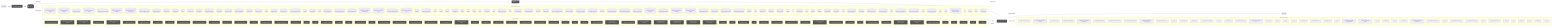
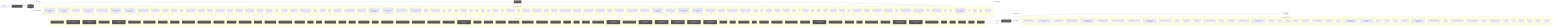
flowchart LR
  UserQ(["👤 User Query"])
  Embed["📐 Embedding Model"]
  VecDB[("📚 Vector Store")]
  Retriever["🔍 Retriever"]
  LLMNode["🧠 LLM / Generator"]
  Output(["✅ Response"])
  UserQ -->|query| Embed
  Embed -->|vector| VecDB
  VecDB -->|top-k chunks| Retriever
  Retriever -->|context + query| LLMNode
  LLMNode -->|generated answer| Output
  subgraph DetectedMemory["Detected memory stores"]
    det_detectedmemory_check_steering_feedback_contract_80134459[("check-steering-feedback-contract")]
    det_detectedmemory_normalize_workflow_contracts_8701f1c8[("normalize-workflow-contracts")]
    det_detectedmemory_sync_codex_preflight_7e7a8dc2[("sync-codex-preflight")]
    det_detectedmemory_test_harness_upgrade_matrix_84113c4e[("test-harness-upgrade-matrix")]
    det_detectedmemory_validate_prompt_context_drift_8c949ef6[("validate-prompt-context-drift")]
    det_detectedmemory_validate_runtime_packet_schemas_bc3ba8ec[("validate-runtime-packet-schemas")]
    det_detectedmemory_validate_system_prompt_gap_adoption_62d8c955[("validate-system-prompt-gap-adoption")]
    det_detectedmemory_validate_workflow_contracts_33dc063c[("validate-workflow-contracts")]
    det_detectedmemory_branch_protect_core_a8feb0fd[("branch-protect-core")]
    det_detectedmemory_ci_migrate_core_7005b5af[("ci-migrate-core")]
    det_detectedmemory_context_health_80bb7da9[("context-health")]
    det_detectedmemory_context_ea7792a2[("context")]
-     det_detectedmemory_docs_gate_core_eb9b6c18[("docs-gate-core")]
+     det_detectedmemory_docs_gate_classification_2f51c90b[("docs-gate-classification")]
+     det_detectedmemory_docs_gate_types_d285abb6[("docs-gate-types")]
    det_detectedmemory_index_context_de3ed39d[("index-context")]
    det_detectedmemory_local_memory_preflight_dcc36c42[("local-memory-preflight")]
    det_detectedmemory_memory_gate_a577a506[("memory-gate")]
    det_detectedmemory_next_runner_state_be6fe997[("next-runner-state")]
    det_detectedmemory_pattern_scope_siblings_43abe000[("pattern-scope-siblings")]
    det_detectedmemory_review_context_ca6cf81d[("review-context")]
    det_detectedmemory_review_gate_core_4c8001f9[("review-gate-core")]
    det_detectedmemory_search_24193290[("search")]
    det_detectedmemory_session_context_e5ec72c0[("session-context")]
    det_detectedmemory_tooling_audit_core_328d6a41[("tooling-audit-core")]
    det_detectedmemory_run_local_memory_preflight_36e92808[("run-local-memory-preflight")]
    det_detectedmemory_checker_d2d2328e[("checker")]
    det_detectedmemory_context_health_1_ceb11829[("context-health")]
    det_detectedmemory_types_2_d9bc6e7a[("types")]
    det_detectedmemory_branch_protect_sync_570adb18[("branch-protect-sync")]
    det_detectedmemory_command_capability_rules_ca3f496a[("command-capability-rules")]
    det_detectedmemory_command_specs_core_1c0ffc99[("command-specs-core")]
    det_detectedmemory_local_memory_preflight_command_spec_9e23f3ce[("local-memory-preflight-command-spec")]
    det_detectedmemory_memory_gate_command_spec_dc9001a9[("memory-gate-command-spec")]
    det_detectedmemory_review_gate_command_spec_3187376a[("review-gate-command-spec")]
    det_detectedmemory_session_context_command_spec_973afbb1[("session-context-command-spec")]
    det_detectedmemory_constants_7517017f[("constants")]
    det_detectedmemory_context_compact_policy_3dcaf95d[("context-compact-policy")]
    det_detectedmemory_index_3_7e40d474[("index")]
    det_detectedmemory_indexer_70fa78e5[("indexer")]
    det_detectedmemory_init_error_5c7dd49f[("init-error")]
    det_detectedmemory_lexical_fallback_723e2b3e[("lexical-fallback")]
    det_detectedmemory_ollama_76e3c7bf[("ollama")]
    det_detectedmemory_rollout_a4fa034c[("rollout")]
    det_detectedmemory_sources_878a52fc[("sources")]
    det_detectedmemory_store_824d80d7[("store")]
    det_detectedmemory_sync_contract_c79fa191[("sync-contract")]
    det_detectedmemory_types_8_f6283648[("types")]
    det_detectedmemory_harness_run_context_ac7c77a9[("harness-run-context")]
    det_detectedmemory_index_4_013aa0e3[("index")]
    det_detectedmemory_json_schema_core_96d7e328[("json-schema-core")]
    det_detectedmemory_policy_validators_core_714a3fe7[("policy-validators-core")]
    det_detectedmemory_types_core_e405ddca[("types-core")]
    det_detectedmemory_validator_core_4358f8ba[("validator-core")]
    det_detectedmemory_archive_candidates_scanner_d0931789[("archive-candidates-scanner")]
    det_detectedmemory_archive_candidates_dc0e40e1[("archive-candidates")]
    det_detectedmemory_docs_task_eval_contract_79347457[("docs-task-eval-contract")]
    det_detectedmemory_docs_task_eval_fixtures_44902755[("docs-task-eval-fixtures")]
    det_detectedmemory_init_modes_c05ceb07[("init-modes")]
    det_detectedmemory_project_brain_templates_7ef51530[("project-brain-templates")]
    det_detectedmemory_scaffold_diagram_templates_dd88e83c[("scaffold-diagram-templates")]
    det_detectedmemory_scaffold_doc_templates_f6152330[("scaffold-doc-templates")]
    det_detectedmemory_scaffold_environment_templates_c1ceba6a[("scaffold-environment-templates")]
    det_detectedmemory_scaffold_hook_templates_8c74ab50[("scaffold-hook-templates")]
    det_detectedmemory_scaffold_root_command_templates_404fed7f[("scaffold-root-command-templates")]
    det_detectedmemory_scaffold_script_template_registry_69312d4e[("scaffold-script-template-registry")]
    det_detectedmemory_scaffold_shell_templates_0ad0f915[("scaffold-shell-templates")]
    det_detectedmemory_scaffold_surfaces_12d6494e[("scaffold-surfaces")]
    det_detectedmemory_scaffold_template_registry_b1cce2aa[("scaffold-template-registry")]
    det_detectedmemory_scaffold_workflow_template_92310587[("scaffold-workflow-template")]
    det_detectedmemory_eval_seed_5699fd3e[("eval-seed")]
    det_detectedmemory_index_10_f6785a46[("index")]
    det_detectedmemory_review_context_1_e3afed15[("review-context")]
    det_detectedmemory_memory_gate_1_265164ac[("memory-gate")]
    det_detectedmemory_branch_enforcer_acb749cd[("branch-enforcer")]
    det_detectedmemory_cli_args_5_09ea29f0[("cli-args")]
    det_detectedmemory_cli_7_dc4a9f7f[("cli")]
    det_detectedmemory_metrics_tracker_98cec29c[("metrics-tracker")]
    det_detectedmemory_types_19_eb4ad5f0[("types")]
    det_detectedmemory_validator_5_b19ac2be[("validator")]
    det_detectedmemory_classifier_fe1991a9[("classifier")]
    det_detectedmemory_tooling_baseline_50ab2eeb[("tooling-baseline")]
    det_detectedmemory_claim_helpers_20dc8387[("claim-helpers")]
    det_detectedmemory_types_24_c63dc1a7[("types")]
    det_detectedmemory_local_memory_smoke_1175abfc[("local-memory-smoke")]
    det_detectedmemory_local_memory_0db17ecc[("local-memory")]
    det_detectedmemory_performance_overload_c685bfcf[("performance-overload")]
    det_detectedmemory_suggestion_generator_0956f794[("suggestion-generator")]
    det_detectedmemory_index_12_762ec91b[("index")]
    det_detectedmemory_prompt_context_drift_report_3257a95c[("prompt-context-drift-report")]
    det_detectedmemory_prompt_context_drift_types_ba6863d4[("prompt-context-drift-types")]
    det_detectedmemory_index_13_97df39c8[("index")]
    det_detectedmemory_prompt_context_receipt_17b862b2[("prompt-context-receipt")]
    det_detectedmemory_types_31_eb363e20[("types")]
    det_detectedmemory_policy_1_fc4198db[("policy")]
    det_detectedmemory_runtime_card_codex_runtime_validation_d8ce9934[("runtime-card-codex-runtime-validation")]
    det_detectedmemory_cli_12_01c06c37[("cli")]
    det_detectedmemory_collector_0736fd5b[("collector")]
    det_detectedmemory_types_34_85e6a0bb[("types")]
    det_detectedmemory_overload_guard_2748c559[("overload-guard")]
  end
  VecDB -. "implemented by" .-> DetectedMemory
  subgraph DetectedLLM["Detected LLM clients"]
    det_detectedllm_check_codex_agent_roles_5bb2e89b["check-codex-agent-roles"]
    det_detectedllm_check_steering_feedback_contract_80134459["check-steering-feedback-contract"]
    det_detectedllm_run_harness_evals_77704768["run-harness-evals"]
    det_detectedllm_validate_decision_request_2e5c325e["validate-decision-request"]
    det_detectedllm_validate_goal_completion_audit_receipt_100d252c["validate-goal-completion-audit-receipt"]
    det_detectedllm_validate_packaged_skill_5e32c890["validate-packaged-skill"]
    det_detectedllm_validate_prompt_context_drift_8c949ef6["validate-prompt-context-drift"]
    det_detectedllm_validate_reviewer_coverage_251efee3["validate-reviewer-coverage"]
    det_detectedllm_validate_system_prompt_gap_adoption_62d8c955["validate-system-prompt-gap-adoption"]
    det_detectedllm_check_environment_core_2c16213f["check-environment-core"]
    det_detectedllm_context_ea7792a2["context"]
    det_detectedllm_index_context_de3ed39d["index-context"]
    det_detectedllm_prompt_gate_c5e9d207["prompt-gate"]
    det_detectedllm_remediate_runner_helpers_929fedcc["remediate-runner-helpers"]
    det_detectedllm_search_24193290["search"]
    det_detectedllm_context_health_1_ceb11829["context-health"]
    det_detectedllm_command_specs_core_1c0ffc99["command-specs-core"]
    det_detectedllm_prompt_gate_command_spec_9a941482["prompt-gate-command-spec"]
    det_detectedllm_constants_7517017f["constants"]
    det_detectedllm_index_3_7e40d474["index"]
    det_detectedllm_indexer_70fa78e5["indexer"]
    det_detectedllm_ollama_76e3c7bf["ollama"]
    det_detectedllm_sync_contract_c79fa191["sync-contract"]
    det_detectedllm_north_star_validators_cfc926ce["north-star-validators"]
    det_detectedllm_hilt_boundary_9b36fb15["hilt-boundary"]
    det_detectedllm_types_10_75e5a4a0["types"]
    det_detectedllm_goal_completion_audit_receipt_validation_9d0f4891["goal-completion-audit-receipt-validation"]
    det_detectedllm_goal_completion_audit_receipt_5e4939c3["goal-completion-audit-receipt"]
    det_detectedllm_index_5_522f772a["index"]
    det_detectedllm_constants_1_a84e15f0["constants"]
    det_detectedllm_types_17_ed30531c["types"]
    det_detectedllm_sensitive_text_7c11f760["sensitive-text"]
    det_detectedllm_pr_template_linked_issue_relationship_a7b61f2c["pr-template-linked-issue-relationship"]
    det_detectedllm_pr_template_validator_rules_20a32d6b["pr-template-validator-rules"]
    det_detectedllm_index_12_762ec91b["index"]
    det_detectedllm_prompt_context_drift_report_3257a95c["prompt-context-drift-report"]
    det_detectedllm_prompt_context_drift_types_ba6863d4["prompt-context-drift-types"]
    det_detectedllm_index_13_97df39c8["index"]
    det_detectedllm_prompt_context_receipt_17b862b2["prompt-context-receipt"]
    det_detectedllm_cli_args_9_9c136878["cli-args"]
    det_detectedllm_cli_11_338a8415["cli"]
    det_detectedllm_sections_4697ef32["sections"]
    det_detectedllm_types_27_4d134744["types"]
    det_detectedllm_validator_7_f836eb0e["validator"]
    det_detectedllm_cli_args_10_861cdd3f["cli-args"]
  end
  LLMNode -. "implemented by" .-> DetectedLLM
  subgraph DetectedTools["Agentic tool calls"]
    det_detectedtools_check_codex_agent_roles_5bb2e89b["🔧 check-codex-agent-roles"]
    det_detectedtools_check_steering_feedback_contract_80134459["🔧 check-steering-feedback-contract"]
    det_detectedtools_check_tooling_baseline_parity_3124b30a["🔧 check-tooling-baseline-parity"]
    det_detectedtools_run_harness_evals_77704768["🔧 run-harness-evals"]
    det_detectedtools_validate_action_review_receipt_fa2f06c3["🔧 validate-action-review-receipt"]
    det_detectedtools_validate_packaged_skill_5e32c890["🔧 validate-packaged-skill"]
    det_detectedtools_validate_replay_packet_f309747e["🔧 validate-replay-packet"]
    det_detectedtools_ci_migrate_core_7005b5af["🔧 ci-migrate-core"]
    det_detectedtools_doctor_checks_5a2eb2b9["🔧 doctor-checks"]
    det_detectedtools_doctor_github_tool_check_e0a938df["🔧 doctor-github-tool-check"]
    det_detectedtools_doctor_github_tool_checks_a53b0382["🔧 doctor-github-tool-checks"]
    det_detectedtools_doctor_tool_checks_4acac51a["🔧 doctor-tool-checks"]
    det_detectedtools_fleet_plan_repo_ecdc6499["🔧 fleet-plan-repo"]
    det_detectedtools_next_blocked_decisions_4140ad2b["🔧 next-blocked-decisions"]
    det_detectedtools_policy_gate_213f7313["🔧 policy-gate"]
    det_detectedtools_remediate_cli_output_cc165396["🔧 remediate-cli-output"]
    det_detectedtools_remediate_runner_helpers_929fedcc["🔧 remediate-runner-helpers"]
    det_detectedtools_review_gate_core_4c8001f9["🔧 review-gate-core"]
    det_detectedtools_index_1bc04b52["🔧 index"]
    det_detectedtools_types_1_4ecdf56e["🔧 types"]
    det_detectedtools_validation_constants_e002a0f6["🔧 validation-constants"]
    det_detectedtools_validation_98c41dcd["🔧 validation"]
    det_detectedtools_checker_d2d2328e["🔧 checker"]
    det_detectedtools_shared_state_policy_edc9c4db["🔧 shared-state-policy"]
    det_detectedtools_cli_args_1_6144b055["🔧 cli-args"]
    det_detectedtools_command_capabilities_a4d5c71e["🔧 command-capabilities"]
    det_detectedtools_command_capability_rules_ca3f496a["🔧 command-capability-rules"]
    det_detectedtools_linear_command_actions_e430f4f4["🔧 linear-command-actions"]
    det_detectedtools_linear_command_runner_4a740dfc["🔧 linear-command-runner"]
    det_detectedtools_policy_validators_core_714a3fe7["🔧 policy-validators-core"]
    det_detectedtools_shared_state_action_validator_e7b128cd["🔧 shared-state-action-validator"]
    det_detectedtools_types_core_e405ddca["🔧 types-core"]
    det_detectedtools_validator_core_4358f8ba["🔧 validator-core"]
    det_detectedtools_validator_helpers_7b927667["🔧 validator-helpers"]
    det_detectedtools_he_phase_exit_core_1148895b["🔧 he-phase-exit-core"]
    det_detectedtools_environment_runtime_3206f0a8["🔧 environment-runtime"]
    det_detectedtools_observed_skill_usage_ed7d5930["🔧 observed-skill-usage"]
    det_detectedtools_closure_evidence_aaa31467["🔧 closure-evidence"]
    det_detectedtools_pr_creator_dc6b1ea4["🔧 pr-creator"]
    det_detectedtools_client_948fe603["🔧 client"]
    det_detectedtools_init_output_360dce91["🔧 init-output"]
    det_detectedtools_scaffold_ci_templates_2afd6392["🔧 scaffold-ci-templates"]
    det_detectedtools_scaffold_codex_environment_templates_334fbbed["🔧 scaffold-codex-environment-templates"]
    det_detectedtools_scaffold_config_templates_4b80ce53["🔧 scaffold-config-templates"]
    det_detectedtools_scaffold_environment_templates_c1ceba6a["🔧 scaffold-environment-templates"]
    det_detectedtools_scaffold_github_actions_pr_pipeline_renderer_1ee18de5["🔧 scaffold-github-actions-pr-pipeline-renderer"]
    det_detectedtools_scaffold_github_actions_pr_pipeline_template_e2b85f62["🔧 scaffold-github-actions-pr-pipeline-template"]
    det_detectedtools_scaffold_package_command_template_80e32e83["🔧 scaffold-package-command-template"]
    det_detectedtools_scaffold_release_private_npm_template_075499f8["🔧 scaffold-release-private-npm-template"]
    det_detectedtools_constants_1_a84e15f0["🔧 constants"]
    det_detectedtools_index_9_32dd4d91["🔧 index"]
    det_detectedtools_validation_common_6161e48b["🔧 validation-common"]
    det_detectedtools_cli_7_dc4a9f7f["🔧 cli"]
    det_detectedtools_metrics_tracker_98cec29c["🔧 metrics-tracker"]
    det_detectedtools_normalise_renderer_85f2e563["🔧 normalise-renderer"]
    det_detectedtools_evaluation_engine_core_e054fe49["🔧 evaluation-engine-core"]
    det_detectedtools_tooling_baseline_50ab2eeb["🔧 tooling-baseline"]
    det_detectedtools_prompt_context_drift_report_3257a95c["🔧 prompt-context-drift-report"]
    det_detectedtools_prompt_context_drift_types_ba6863d4["🔧 prompt-context-drift-types"]
    det_detectedtools_replay_packet_a1293f88["🔧 replay-packet"]
    det_detectedtools_index_14_d982116c["🔧 index"]
    det_detectedtools_review_lifecycle_contract_e5447221["🔧 review-lifecycle-contract"]
    det_detectedtools_review_lifecycle_89afa64c["🔧 review-lifecycle"]
    det_detectedtools_runtime_card_codex_runtime_validation_d8ce9934["🔧 runtime-card-codex-runtime-validation"]
    det_detectedtools_runtime_card_codex_runtime_0655e230["🔧 runtime-card-codex-runtime"]
    det_detectedtools_runtime_evidence_bundle_d471a232["🔧 runtime-evidence-bundle"]
    det_detectedtools_types_36_674380ec["🔧 types"]
    det_detectedtools_index_17_642943a2["🔧 index"]
    det_detectedtools_projection_1b250ea1["🔧 projection"]
    det_detectedtools_types_38_e8efcd57["🔧 types"]
    det_detectedtools_validation_7_c4e6d8b6["🔧 validation"]
  end
  LLMNode -->|tool use| DetectedTools
  DetectedTools -->|result| LLMNode
  classDef memNode fill:#555,color:#fff
  class VecDB,Retriever memNode
  classDef llmNode fill:#555,color:#fff
  class LLMNode,Embed llmNode
  classDef toolNode fill:#555,color:#fff
  class det_detectedtools_check_codex_agent_roles_5bb2e89b,det_detectedtools_check_steering_feedback_contract_80134459,det_detectedtools_check_tooling_baseline_parity_3124b30a,det_detectedtools_run_harness_evals_77704768,det_detectedtools_validate_action_review_receipt_fa2f06c3,det_detectedtools_validate_packaged_skill_5e32c890,det_detectedtools_validate_replay_packet_f309747e,det_detectedtools_ci_migrate_core_7005b5af,det_detectedtools_doctor_checks_5a2eb2b9,det_detectedtools_doctor_github_tool_check_e0a938df,det_detectedtools_doctor_github_tool_checks_a53b0382,det_detectedtools_doctor_tool_checks_4acac51a,det_detectedtools_fleet_plan_repo_ecdc6499,det_detectedtools_next_blocked_decisions_4140ad2b,det_detectedtools_policy_gate_213f7313,det_detectedtools_remediate_cli_output_cc165396,det_detectedtools_remediate_runner_helpers_929fedcc,det_detectedtools_review_gate_core_4c8001f9,det_detectedtools_index_1bc04b52,det_detectedtools_types_1_4ecdf56e,det_detectedtools_validation_constants_e002a0f6,det_detectedtools_validation_98c41dcd,det_detectedtools_checker_d2d2328e,det_detectedtools_shared_state_policy_edc9c4db,det_detectedtools_cli_args_1_6144b055,det_detectedtools_command_capabilities_a4d5c71e,det_detectedtools_command_capability_rules_ca3f496a,det_detectedtools_linear_command_actions_e430f4f4,det_detectedtools_linear_command_runner_4a740dfc,det_detectedtools_policy_validators_core_714a3fe7,det_detectedtools_shared_state_action_validator_e7b128cd,det_detectedtools_types_core_e405ddca,det_detectedtools_validator_core_4358f8ba,det_detectedtools_validator_helpers_7b927667,det_detectedtools_he_phase_exit_core_1148895b,det_detectedtools_environment_runtime_3206f0a8,det_detectedtools_observed_skill_usage_ed7d5930,det_detectedtools_closure_evidence_aaa31467,det_detectedtools_pr_creator_dc6b1ea4,det_detectedtools_client_948fe603,det_detectedtools_init_output_360dce91,det_detectedtools_scaffold_ci_templates_2afd6392,det_detectedtools_scaffold_codex_environment_templates_334fbbed,det_detectedtools_scaffold_config_templates_4b80ce53,det_detectedtools_scaffold_environment_templates_c1ceba6a,det_detectedtools_scaffold_github_actions_pr_pipeline_renderer_1ee18de5,det_detectedtools_scaffold_github_actions_pr_pipeline_template_e2b85f62,det_detectedtools_scaffold_package_command_template_80e32e83,det_detectedtools_scaffold_release_private_npm_template_075499f8,det_detectedtools_constants_1_a84e15f0,det_detectedtools_index_9_32dd4d91,det_detectedtools_validation_common_6161e48b,det_detectedtools_cli_7_dc4a9f7f,det_detectedtools_metrics_tracker_98cec29c,det_detectedtools_normalise_renderer_85f2e563,det_detectedtools_evaluation_engine_core_e054fe49,det_detectedtools_tooling_baseline_50ab2eeb,det_detectedtools_prompt_context_drift_report_3257a95c,det_detectedtools_prompt_context_drift_types_ba6863d4,det_detectedtools_replay_packet_a1293f88,det_detectedtools_index_14_d982116c,det_detectedtools_review_lifecycle_contract_e5447221,det_detectedtools_review_lifecycle_89afa64c,det_detectedtools_runtime_card_codex_runtime_validation_d8ce9934,det_detectedtools_runtime_card_codex_runtime_0655e230,det_detectedtools_runtime_evidence_bundle_d471a232,det_detectedtools_types_36_674380ec,det_detectedtools_index_17_642943a2,det_detectedtools_projection_1b250ea1,det_detectedtools_types_38_e8efcd57,det_detectedtools_validation_7_c4e6d8b6 toolNode
